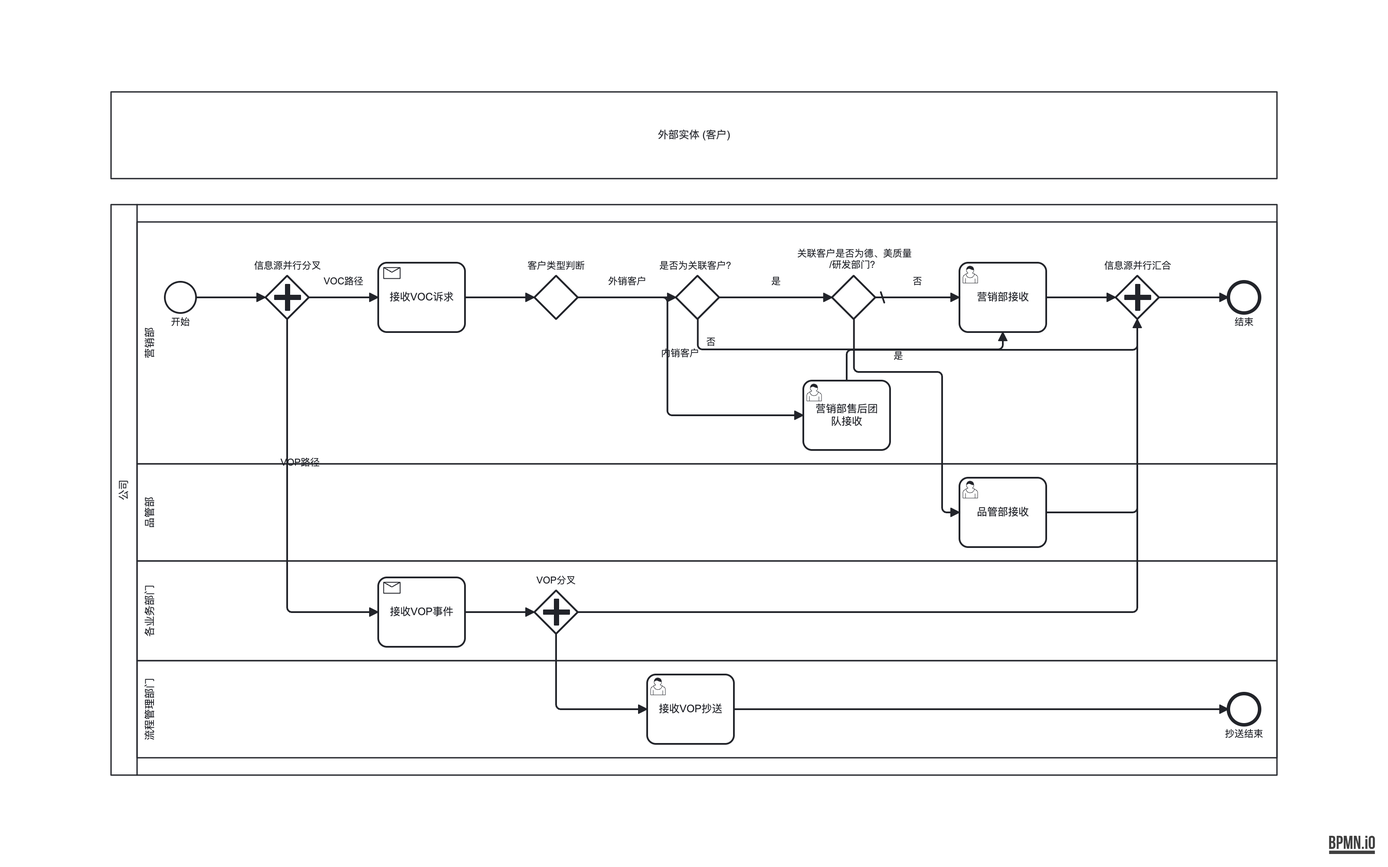
This is out-bpmn-png/36-voc-vop-capture-process.png from LcpMarvel/tramito-layout, a BPMN export, as it was before one commit. Its source is kept beside it as out-xml/36-voc-vop-capture-process.bpmn. Ids are renumbered.
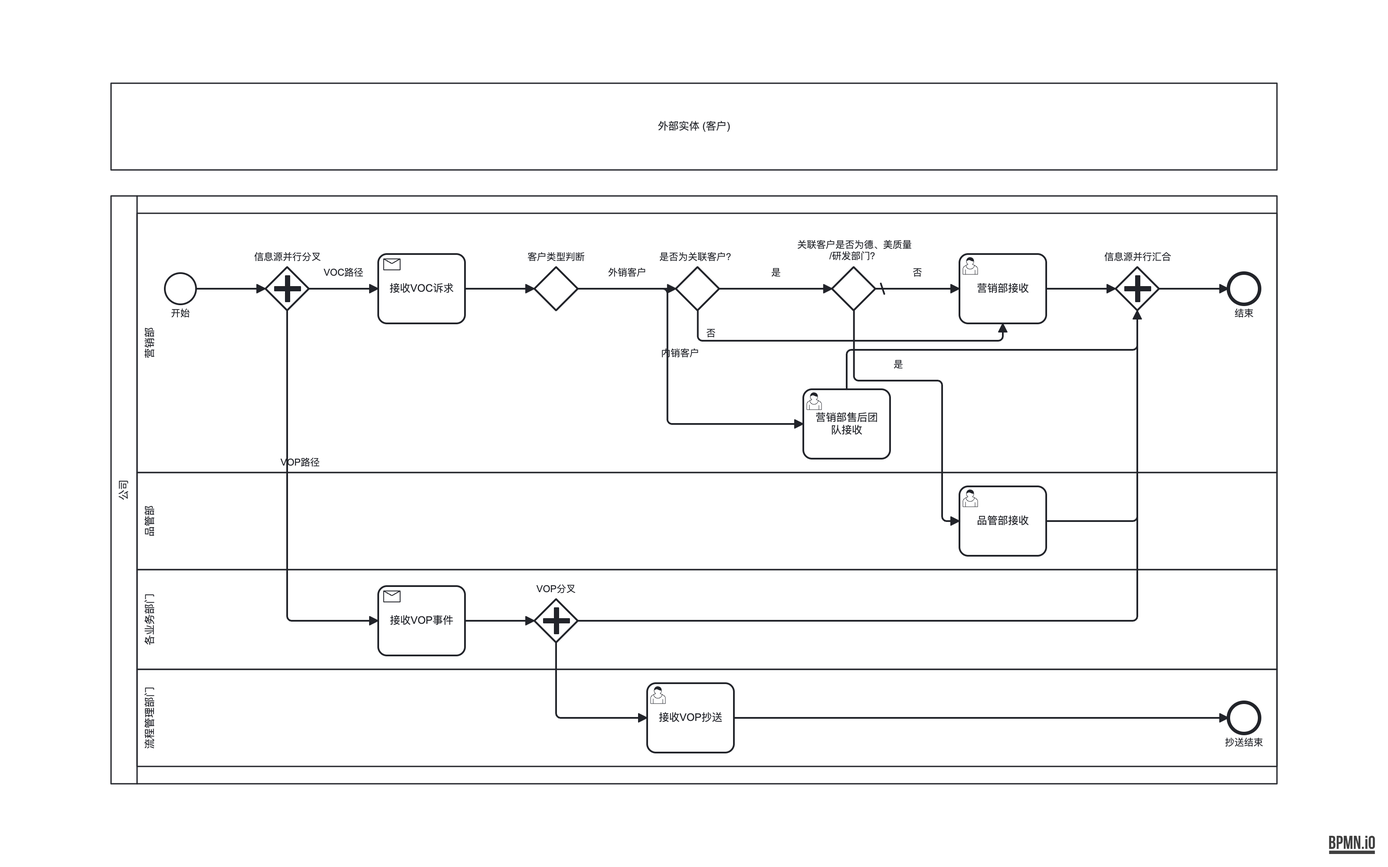
After the change.

The edit, as a diff of the source:
```diff
@@ -128,16 +128,16 @@
   <bpmndi:BPMNDiagram id="BPMNDiagram_definitions_d158aff1-1f2d-4617-b1e6-3646a07e52ee" name="BPMNDiagram">
     <bpmndi:BPMNPlane id="BPMNPlane_definitions_d158aff1-1f2d-4617-b1e6-3646a07e52ee" bpmnElement="collaboration_voc_vop">
       <bpmndi:BPMNShape id="collaboration_voc_vop_di" bpmnElement="collaboration_voc_vop">
-        <dc:Bounds x="0" y="0" width="1344" height="788" />
+        <dc:Bounds x="0" y="0" width="1344" height="808" />
       </bpmndi:BPMNShape>
       <bpmndi:BPMNShape id="pool_external_di" bpmnElement="pool_external" isHorizontal="true">
         <dc:Bounds x="0" y="0" width="1344" height="100" />
       </bpmndi:BPMNShape>
       <bpmndi:BPMNShape id="pool_company_di" bpmnElement="pool_company" isHorizontal="true">
-        <dc:Bounds x="0" y="130" width="1344" height="658" />
+        <dc:Bounds x="0" y="130" width="1344" height="678" />
       </bpmndi:BPMNShape>
       <bpmndi:BPMNShape id="lane_marketing_di" bpmnElement="lane_marketing" isHorizontal="true">
-        <dc:Bounds x="30" y="150" width="1314" height="279" />
+        <dc:Bounds x="30" y="150" width="1314" height="299" />
       </bpmndi:BPMNShape>
       <bpmndi:BPMNShape id="start_1_di" bpmnElement="start_1">
         <dc:Bounds x="62" y="219" width="36" height="36" />
@@ -173,7 +173,7 @@
         </bpmndi:BPMNLabel>
       </bpmndi:BPMNShape>
       <bpmndi:BPMNShape id="task_marketing_after_sales_di" bpmnElement="task_marketing_after_sales">
-        <dc:Bounds x="798" y="333" width="100" height="80" />
+        <dc:Bounds x="798" y="353" width="100" height="80" />
       </bpmndi:BPMNShape>
       <bpmndi:BPMNShape id="task_marketing_receive_di" bpmnElement="task_marketing_receive">
         <dc:Bounds x="978" y="197" width="100" height="80" />
@@ -191,33 +191,33 @@
         </bpmndi:BPMNLabel>
       </bpmndi:BPMNShape>
       <bpmndi:BPMNShape id="lane_quality_di" bpmnElement="lane_quality" isHorizontal="true">
-        <dc:Bounds x="30" y="429" width="1314" height="112" />
+        <dc:Bounds x="30" y="449" width="1314" height="112" />
       </bpmndi:BPMNShape>
       <bpmndi:BPMNShape id="task_quality_receive_di" bpmnElement="task_quality_receive">
-        <dc:Bounds x="978" y="445" width="100" height="80" />
+        <dc:Bounds x="978" y="465" width="100" height="80" />
       </bpmndi:BPMNShape>
       <bpmndi:BPMNShape id="lane_business_depts_di" bpmnElement="lane_business_depts" isHorizontal="true">
-        <dc:Bounds x="30" y="541" width="1314" height="115" />
+        <dc:Bounds x="30" y="561" width="1314" height="115" />
       </bpmndi:BPMNShape>
       <bpmndi:BPMNShape id="task_receive_vop_di" bpmnElement="task_receive_vop">
-        <dc:Bounds x="308" y="560" width="100" height="80" />
+        <dc:Bounds x="308" y="580" width="100" height="80" />
       </bpmndi:BPMNShape>
       <bpmndi:BPMNShape id="gateway_vop_fork_di" bpmnElement="gateway_vop_fork">
-        <dc:Bounds x="488" y="575" width="50" height="50" />
+        <dc:Bounds x="488" y="595" width="50" height="50" />
         <bpmndi:BPMNLabel>
-          <dc:Bounds x="488.5" y="557" width="49" height="14" />
+          <dc:Bounds x="488.5" y="577" width="49" height="14" />
         </bpmndi:BPMNLabel>
       </bpmndi:BPMNShape>
       <bpmndi:BPMNShape id="lane_process_mgmt_di" bpmnElement="lane_process_mgmt" isHorizontal="true">
-        <dc:Bounds x="30" y="656" width="1314" height="112" />
+        <dc:Bounds x="30" y="676" width="1314" height="112" />
       </bpmndi:BPMNShape>
       <bpmndi:BPMNShape id="task_vop_copy_di" bpmnElement="task_vop_copy">
-        <dc:Bounds x="618" y="672" width="100" height="80" />
+        <dc:Bounds x="618" y="692" width="100" height="80" />
       </bpmndi:BPMNShape>
       <bpmndi:BPMNShape id="end_vop_copy_di" bpmnElement="end_vop_copy">
-        <dc:Bounds x="1288" y="694" width="36" height="36" />
+        <dc:Bounds x="1288" y="714" width="36" height="36" />
         <bpmndi:BPMNLabel>
-          <dc:Bounds x="1256" y="734" width="100" height="14" />
+          <dc:Bounds x="1256" y="754" width="100" height="14" />
         </bpmndi:BPMNLabel>
       </bpmndi:BPMNShape>
       <bpmndi:BPMNEdge id="flow_start_to_fork_di" bpmnElement="flow_start_to_fork">
@@ -230,8 +230,8 @@
       </bpmndi:BPMNEdge>
       <bpmndi:BPMNEdge id="flow_fork_to_vop_di" bpmnElement="flow_fork_to_vop">
         <di:waypoint x="203" y="262" />
-        <di:waypoint x="203" y="600" />
-        <di:waypoint x="308" y="600" />
+        <di:waypoint x="203" y="620" />
+        <di:waypoint x="308" y="620" />
       </bpmndi:BPMNEdge>
       <bpmndi:BPMNEdge id="flow_voc_to_customer_type_di" bpmnElement="flow_voc_to_customer_type">
         <di:waypoint x="408" y="237" />
@@ -244,8 +244,8 @@
       <bpmndi:BPMNEdge id="flow_customer_type_to_internal_di" bpmnElement="flow_customer_type_to_internal">
         <di:waypoint x="538" y="237" />
         <di:waypoint x="641.3333333333334" y="237" />
-        <di:waypoint x="641.3333333333334" y="373" />
-        <di:waypoint x="798" y="373" />
+        <di:waypoint x="641.3333333333334" y="393" />
+        <di:waypoint x="798" y="393" />
       </bpmndi:BPMNEdge>
       <bpmndi:BPMNEdge id="flow_related_to_yes_di" bpmnElement="flow_related_to_yes">
         <di:waypoint x="701.3333333333334" y="237" />
@@ -260,19 +260,19 @@
       </bpmndi:BPMNEdge>
       <bpmndi:BPMNEdge id="flow_department_to_yes_di" bpmnElement="flow_department_to_yes">
         <di:waypoint x="856.3333333333334" y="262" />
-        <di:waypoint x="856.3333333333334" y="323" />
-        <di:waypoint x="958" y="323" />
-        <di:waypoint x="958" y="485" />
-        <di:waypoint x="978" y="485" />
+        <di:waypoint x="856.3333333333334" y="343" />
+        <di:waypoint x="958" y="343" />
+        <di:waypoint x="958" y="505" />
+        <di:waypoint x="978" y="505" />
       </bpmndi:BPMNEdge>
       <bpmndi:BPMNEdge id="flow_department_no_di" bpmnElement="flow_department_no">
         <di:waypoint x="881.3333333333334" y="237" />
         <di:waypoint x="978" y="237" />
       </bpmndi:BPMNEdge>
       <bpmndi:BPMNEdge id="flow_internal_to_join_di" bpmnElement="flow_internal_to_join">
-        <di:waypoint x="848" y="333" />
-        <di:waypoint x="848" y="297.5" />
-        <di:waypoint x="1183" y="297.5" />
+        <di:waypoint x="848" y="353" />
+        <di:waypoint x="848" y="307.5" />
+        <di:waypoint x="1183" y="307.5" />
         <di:waypoint x="1183" y="262" />
       </bpmndi:BPMNEdge>
       <bpmndi:BPMNEdge id="flow_marketing_to_join_di" bpmnElement="flow_marketing_to_join">
@@ -280,27 +280,27 @@
         <di:waypoint x="1158" y="237" />
       </bpmndi:BPMNEdge>
       <bpmndi:BPMNEdge id="flow_quality_to_join_di" bpmnElement="flow_quality_to_join">
-        <di:waypoint x="1078" y="485" />
-        <di:waypoint x="1183" y="485" />
+        <di:waypoint x="1078" y="505" />
+        <di:waypoint x="1183" y="505" />
         <di:waypoint x="1183" y="262" />
       </bpmndi:BPMNEdge>
       <bpmndi:BPMNEdge id="flow_vop_to_fork_di" bpmnElement="flow_vop_to_fork">
-        <di:waypoint x="408" y="600" />
-        <di:waypoint x="488" y="600" />
+        <di:waypoint x="408" y="620" />
+        <di:waypoint x="488" y="620" />
       </bpmndi:BPMNEdge>
       <bpmndi:BPMNEdge id="flow_fork_to_join_di" bpmnElement="flow_fork_to_join">
-        <di:waypoint x="538" y="600" />
-        <di:waypoint x="1183" y="600" />
+        <di:waypoint x="538" y="620" />
+        <di:waypoint x="1183" y="620" />
         <di:waypoint x="1183" y="262" />
       </bpmndi:BPMNEdge>
       <bpmndi:BPMNEdge id="flow_fork_to_copy_di" bpmnElement="flow_fork_to_copy">
-        <di:waypoint x="513" y="625" />
-        <di:waypoint x="513" y="712" />
-        <di:waypoint x="618" y="712" />
+        <di:waypoint x="513" y="645" />
+        <di:waypoint x="513" y="732" />
+        <di:waypoint x="618" y="732" />
       </bpmndi:BPMNEdge>
       <bpmndi:BPMNEdge id="flow_copy_to_end_di" bpmnElement="flow_copy_to_end">
-        <di:waypoint x="718" y="712" />
-        <di:waypoint x="1288" y="712" />
+        <di:waypoint x="718" y="732" />
+        <di:waypoint x="1288" y="732" />
       </bpmndi:BPMNEdge>
       <bpmndi:BPMNEdge id="flow_join_to_end_di" bpmnElement="flow_join_to_end">
         <di:waypoint x="1208" y="237" />
```
